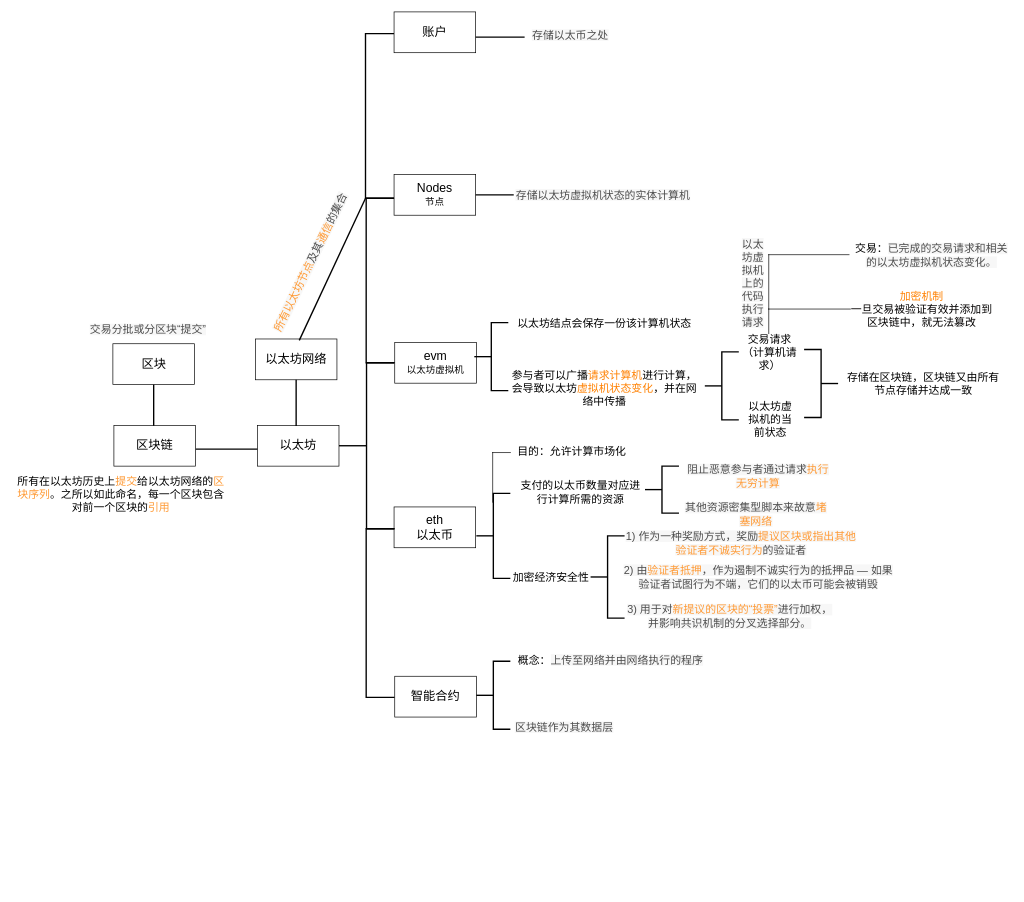
This is 以太坊.drawio from WhiteIsBlank/Information-security, a draw.io file, before an edit. Source tidied: cells renumbered, new cells numbered last; positions are measured from the earlier drawing's top-left corner, leaving out a move shared by most shapes. Both pictures are drawn from the tidied source at 68%, with x=0, y=0 at pixel (12, 12).
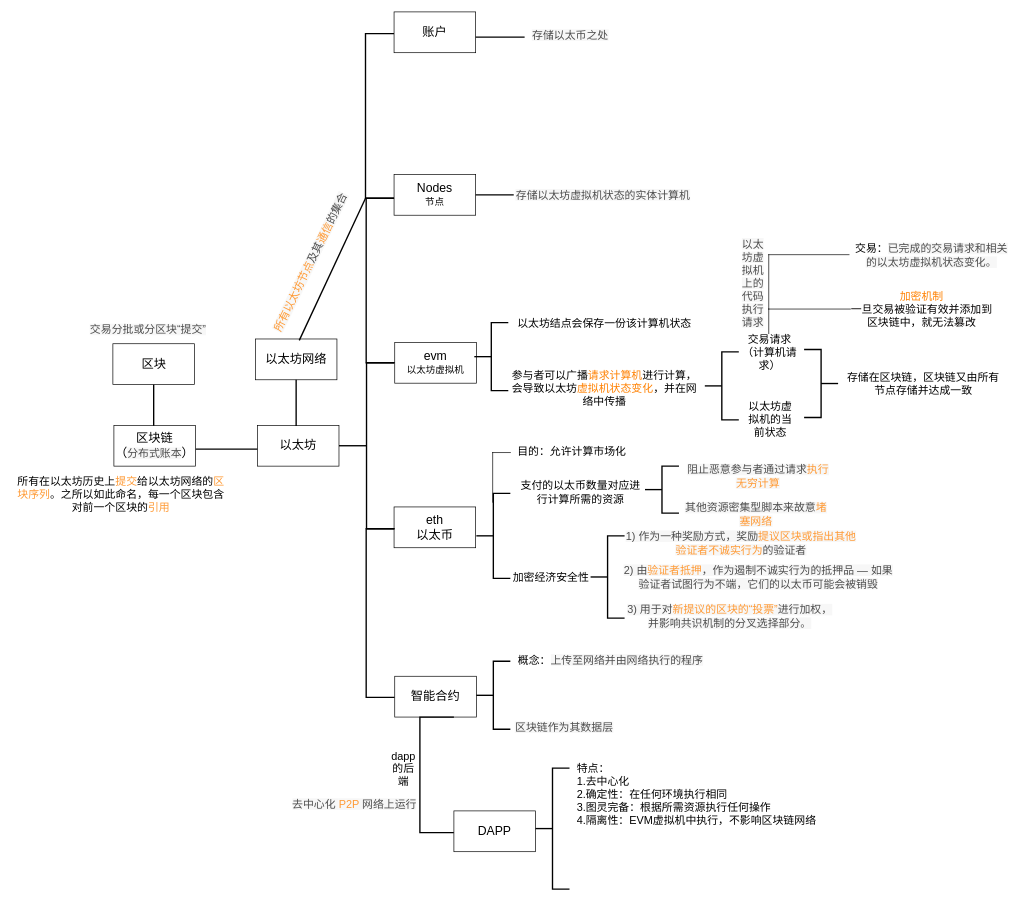
After the change.

Commit message:
已添加 以太坊.drawio

Diff of the diagram source:
```diff
@@
-    <mxCell id="40" value="&lt;span style=&quot;font-size: 18px;&quot;&gt;区块链&lt;/span&gt;" style="rounded=0;whiteSpace=wrap;html=1;" parent="1" vertex="1">
+    <mxCell id="40" value="&lt;span style=&quot;font-size: 18px;&quot;&gt;区块链&lt;/span&gt;&lt;div&gt;&lt;span style=&quot;font-size: 18px;&quot;&gt;（&lt;/span&gt;&lt;span style=&quot;background-color: rgb(247, 247, 247); color: rgb(76, 76, 76); font-family: __inter_879697, __inter_Fallback_879697, sans-serif; font-size: 16px; text-align: start;&quot;&gt;分布式账本&lt;/span&gt;&lt;span style=&quot;font-size: 18px; background-color: initial;&quot;&gt;）&lt;/span&gt;&lt;/div&gt;" style="rounded=0;whiteSpace=wrap;html=1;" parent="1" vertex="1">
       <mxGeometry x="150" y="608" width="120" height="60" as="geometry" />
     </mxCell>
@@
+    <mxCell id="54" style="strokeWidth=2;html=1;shape=mxgraph.flowchart.annotation_1;align=left;" parent="1" vertex="1">
+      <mxGeometry x="600" y="1037" width="50" height="170" as="geometry" />
+    </mxCell>
+    <mxCell id="55" value="&lt;span style=&quot;font-size: 18px;&quot;&gt;DAPP&lt;/span&gt;" style="whiteSpace=wrap;html=1;rounded=0;" parent="1" vertex="1">
+      <mxGeometry x="650" y="1175" width="120" height="60" as="geometry" />
+    </mxCell>
+    <mxCell id="56" value="dapp的后端" style="text;strokeColor=none;fillColor=none;html=1;align=center;verticalAlign=middle;whiteSpace=wrap;rounded=0;fontSize=16;" parent="1" vertex="1">
+      <mxGeometry x="555" y="961" width="42" height="304" as="geometry" />
+    </mxCell>
+    <mxCell id="57" value="&lt;span style=&quot;color: rgb(76, 76, 76); font-family: __inter_879697, __inter_Fallback_879697, sans-serif; text-align: start; background-color: rgb(247, 247, 247);&quot;&gt;去中心化 &lt;/span&gt;&lt;span style=&quot;font-family: __inter_879697, __inter_Fallback_879697, sans-serif; text-align: start; background-color: rgb(247, 247, 247);&quot;&gt;&lt;font color=&quot;#ff9933&quot;&gt;P2P&lt;/font&gt;&lt;/span&gt;&lt;span style=&quot;color: rgb(76, 76, 76); font-family: __inter_879697, __inter_Fallback_879697, sans-serif; text-align: start; background-color: rgb(247, 247, 247);&quot;&gt; 网络上运行&lt;/span&gt;" style="text;strokeColor=none;fillColor=none;html=1;align=center;verticalAlign=middle;whiteSpace=wrap;rounded=0;fontSize=16;" parent="1" vertex="1">
+      <mxGeometry x="411" y="1150" width="186" height="30" as="geometry" />
+    </mxCell>
+    <mxCell id="58" style="strokeWidth=2;html=1;shape=mxgraph.flowchart.annotation_2;align=left;labelPosition=right;" parent="1" vertex="1">
+      <mxGeometry x="770" y="1112" width="50" height="178" as="geometry" />
+    </mxCell>
+    <mxCell id="59" value="特点：&lt;div&gt;&lt;span style=&quot;background-color: initial;&quot;&gt;1.去中心化&lt;/span&gt;&lt;div&gt;&lt;div&gt;2.确定性：在任何环境执行相同&lt;/div&gt;&lt;div&gt;3.图灵完备：根据所需资源执行任何操作&lt;/div&gt;&lt;div&gt;4.隔离性：EVM虚拟机中执行，不影响区块链网络&lt;/div&gt;&lt;/div&gt;&lt;/div&gt;" style="text;strokeColor=none;fillColor=none;html=1;align=left;verticalAlign=middle;whiteSpace=wrap;rounded=0;fontSize=16;" parent="1" vertex="1">
+      <mxGeometry x="829" y="1136" width="400" height="30" as="geometry" />
+    </mxCell>
```
